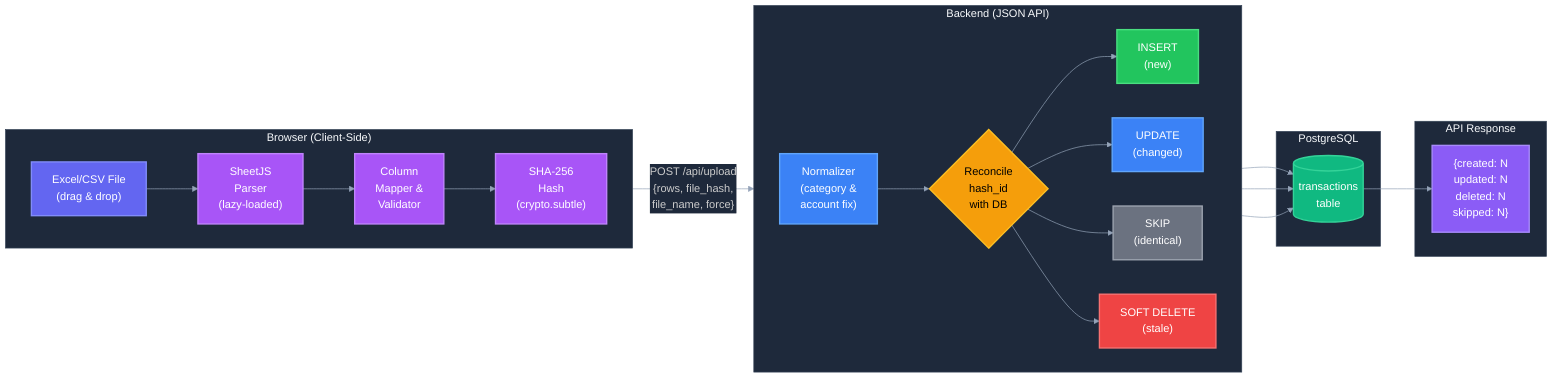
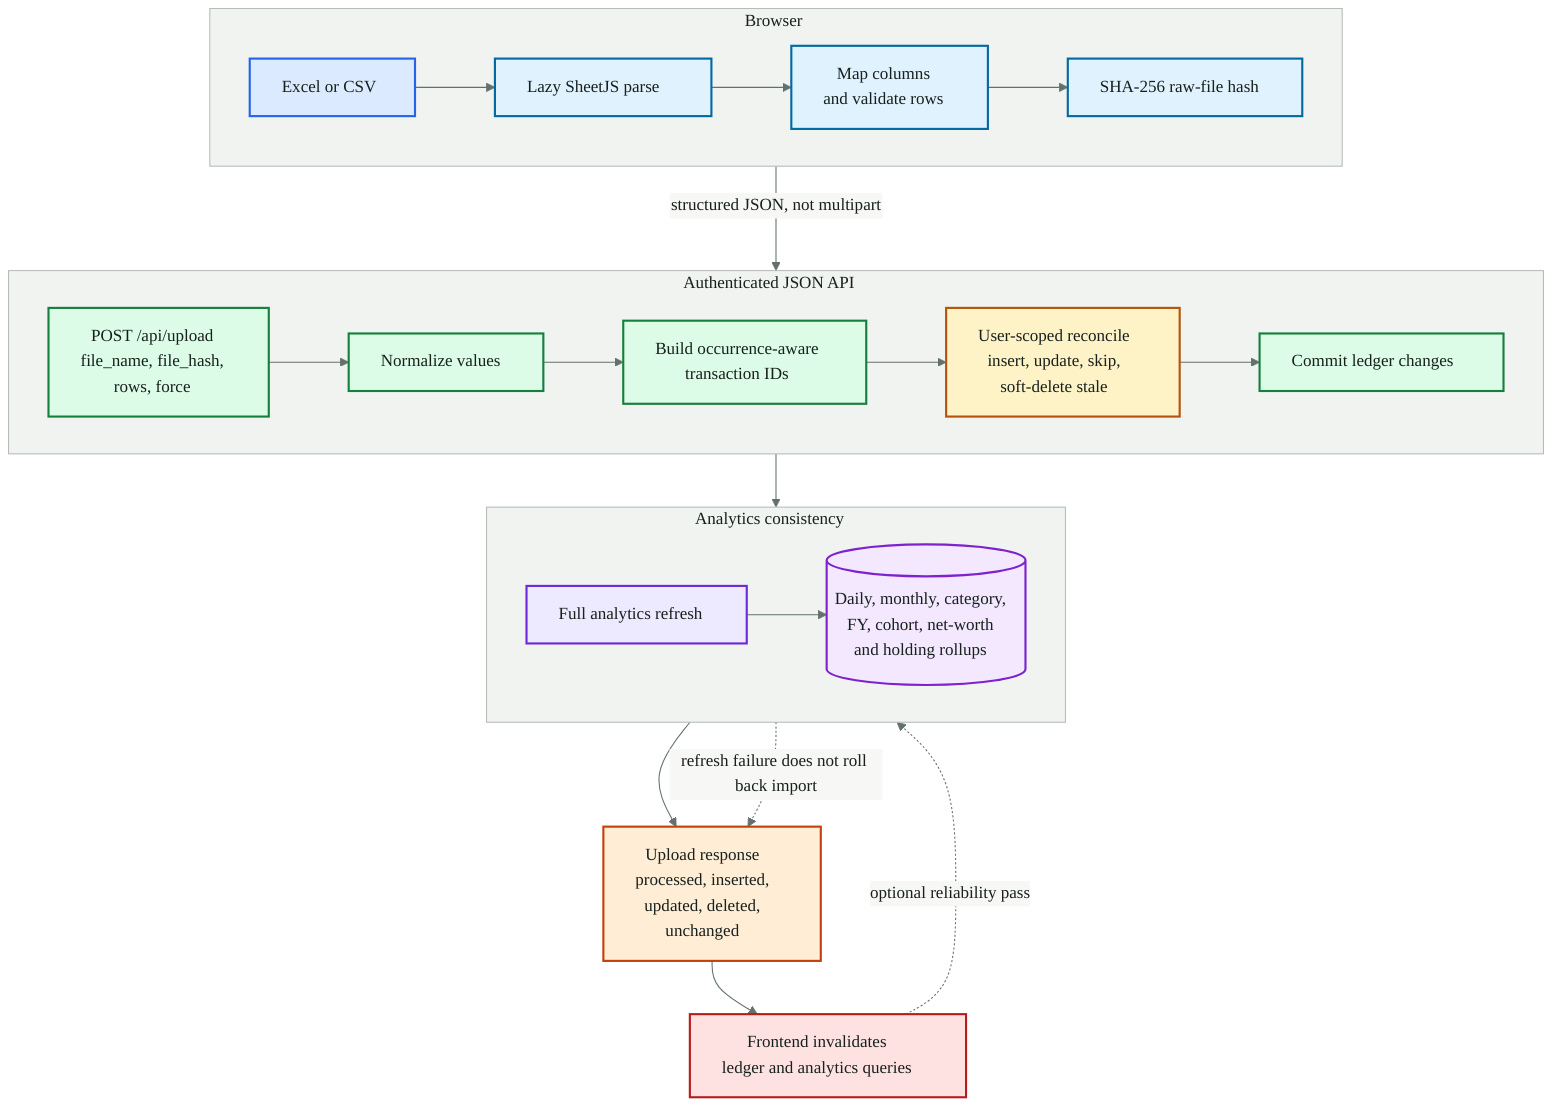
- %%{init: {'theme': 'dark', 'themeVariables': {'primaryColor': '#6366f1', 'primaryTextColor': '#fff', 'primaryBorderColor': '#818cf8', 'lineColor': '#94a3b8', 'secondaryColor': '#1e293b', 'tertiaryColor': '#0f172a', 'background': '#0f172a', 'mainBkg': '#1e293b', 'nodeBorder': '#334155', 'clusterBkg': '#1e293b', 'clusterBorder': '#334155', 'titleColor': '#f8fafc', 'edgeLabelBackground': '#1e293b'}}}%%
- flowchart LR
-     subgraph CLIENT["  Browser (Client-Side)  "]
+ %%{init: {'theme': 'base', 'themeVariables': {'fontFamily': 'Arial, sans-serif', 'primaryColor': '#eef2f1', 'primaryTextColor': '#17201d', 'primaryBorderColor': '#63716c', 'lineColor': '#63716c', 'secondaryColor': '#edf2f7', 'tertiaryColor': '#f7f7f5', 'background': '#f7f7f5', 'mainBkg': '#f7f7f5', 'nodeBorder': '#8a9691', 'clusterBkg': '#f1f3f1', 'clusterBorder': '#b5bdb9', 'titleColor': '#17201d', 'edgeLabelBackground': '#f7f7f5'}}}%%
+ flowchart TB
+     subgraph CLIENT["Browser"]
        direction LR
-         FILE["Excel/CSV File\n(drag & drop)"]
-         PARSE["SheetJS\nParser\n(lazy-loaded)"]
-         HASH["SHA-256\nHash\n(crypto.subtle)"]
-         MAP["Column\nMapper &\nValidator"]
+         FILE["Excel or CSV"]
+         PARSE["Lazy SheetJS parse"]
+         MAP["Map columns<br/>and validate rows"]
+         HASH["SHA-256 raw-file hash"]
        FILE --> PARSE --> MAP --> HASH
    end

-     subgraph SERVER["  Backend (JSON API)  "]
+     subgraph API["Authenticated JSON API"]
        direction LR
-         NORM["Normalizer\n(category &\naccount fix)"]
-         RECON{"Reconcile\nhash_id\nwith DB"}
-         INSERT["INSERT\n(new)"]
-         UPDATE["UPDATE\n(changed)"]
-         SKIP["SKIP\n(identical)"]
-         DELETE["SOFT DELETE\n(stale)"]
-         NORM --> RECON
-         RECON --> INSERT
-         RECON --> UPDATE
-         RECON --> SKIP
-         RECON --> DELETE
+         REQUEST["POST /api/upload<br/>file_name, file_hash,<br/>rows, force"]
+         NORMALIZE["Normalize values"]
+         IDENTIFY["Build occurrence-aware<br/>transaction IDs"]
+         RECONCILE["User-scoped reconcile<br/>insert, update, skip,<br/>soft-delete stale"]
+         COMMIT["Commit ledger changes"]
+         REQUEST --> NORMALIZE --> IDENTIFY --> RECONCILE --> COMMIT
    end

-     subgraph STORE["  PostgreSQL  "]
-         TXN[("transactions\ntable")]
+     subgraph ANALYTICS["Analytics consistency"]
+         direction LR
+         REFRESH["Full analytics refresh"]
+         ROLLUPS[("Daily, monthly, category,<br/>FY, cohort, net-worth<br/>and holding rollups")]
+         REFRESH --> ROLLUPS
    end

-     subgraph RESPONSE["  API Response  "]
-         RES["{created: N\nupdated: N\ndeleted: N\nskipped: N}"]
-     end
+     RESPONSE["Upload response<br/>processed, inserted,<br/>updated, deleted,<br/>unchanged"]
+     INVALIDATE["Frontend invalidates<br/>ledger and analytics queries"]

-     HASH -->|"POST /api/upload\n{rows, file_hash,\nfile_name, force}"| NORM
-     INSERT & UPDATE & DELETE --> TXN
-     TXN --> RES
+     HASH -->|structured JSON, not multipart| REQUEST
+     COMMIT --> REFRESH
+     ROLLUPS --> RESPONSE
+     REFRESH -. refresh failure does not roll back import .-> RESPONSE
+     RESPONSE --> INVALIDATE
+     INVALIDATE -. optional reliability pass .-> REFRESH

-     style FILE fill:#6366f1,color:#fff,stroke:#818cf8,stroke-width:2px
-     style PARSE fill:#a855f7,color:#fff,stroke:#c084fc,stroke-width:2px
-     style MAP fill:#a855f7,color:#fff,stroke:#c084fc,stroke-width:2px
-     style HASH fill:#a855f7,color:#fff,stroke:#c084fc,stroke-width:2px
-     style NORM fill:#3b82f6,color:#fff,stroke:#60a5fa,stroke-width:2px
-     style RECON fill:#f59e0b,color:#000,stroke:#fbbf24,stroke-width:2px
-     style TXN fill:#10b981,color:#fff,stroke:#34d399,stroke-width:2px
-     style INSERT fill:#22c55e,color:#fff,stroke:#4ade80,stroke-width:2px
-     style UPDATE fill:#3b82f6,color:#fff,stroke:#60a5fa,stroke-width:2px
-     style SKIP fill:#6b7280,color:#fff,stroke:#9ca3af,stroke-width:2px
-     style DELETE fill:#ef4444,color:#fff,stroke:#f87171,stroke-width:2px
-     style RES fill:#8b5cf6,color:#fff,stroke:#a78bfa,stroke-width:2px
+     style FILE fill:#dbeafe,color:#17201d,stroke:#2563eb,stroke-width:2px
+     style PARSE fill:#e0f2fe,color:#17201d,stroke:#0369a1,stroke-width:2px
+     style MAP fill:#e0f2fe,color:#17201d,stroke:#0369a1,stroke-width:2px
+     style HASH fill:#e0f2fe,color:#17201d,stroke:#0369a1,stroke-width:2px
+     style REQUEST fill:#dcfce7,color:#17201d,stroke:#15803d,stroke-width:2px
+     style NORMALIZE fill:#dcfce7,color:#17201d,stroke:#15803d,stroke-width:2px
+     style IDENTIFY fill:#dcfce7,color:#17201d,stroke:#15803d,stroke-width:2px
+     style RECONCILE fill:#fef3c7,color:#17201d,stroke:#b45309,stroke-width:2px
+     style COMMIT fill:#dcfce7,color:#17201d,stroke:#15803d,stroke-width:2px
+     style REFRESH fill:#ede9fe,color:#17201d,stroke:#6d28d9,stroke-width:2px
+     style ROLLUPS fill:#f3e8ff,color:#17201d,stroke:#7e22ce,stroke-width:2px
+     style RESPONSE fill:#ffedd5,color:#17201d,stroke:#c2410c,stroke-width:2px
+     style INVALIDATE fill:#fee2e2,color:#17201d,stroke:#b91c1c,stroke-width:2px
